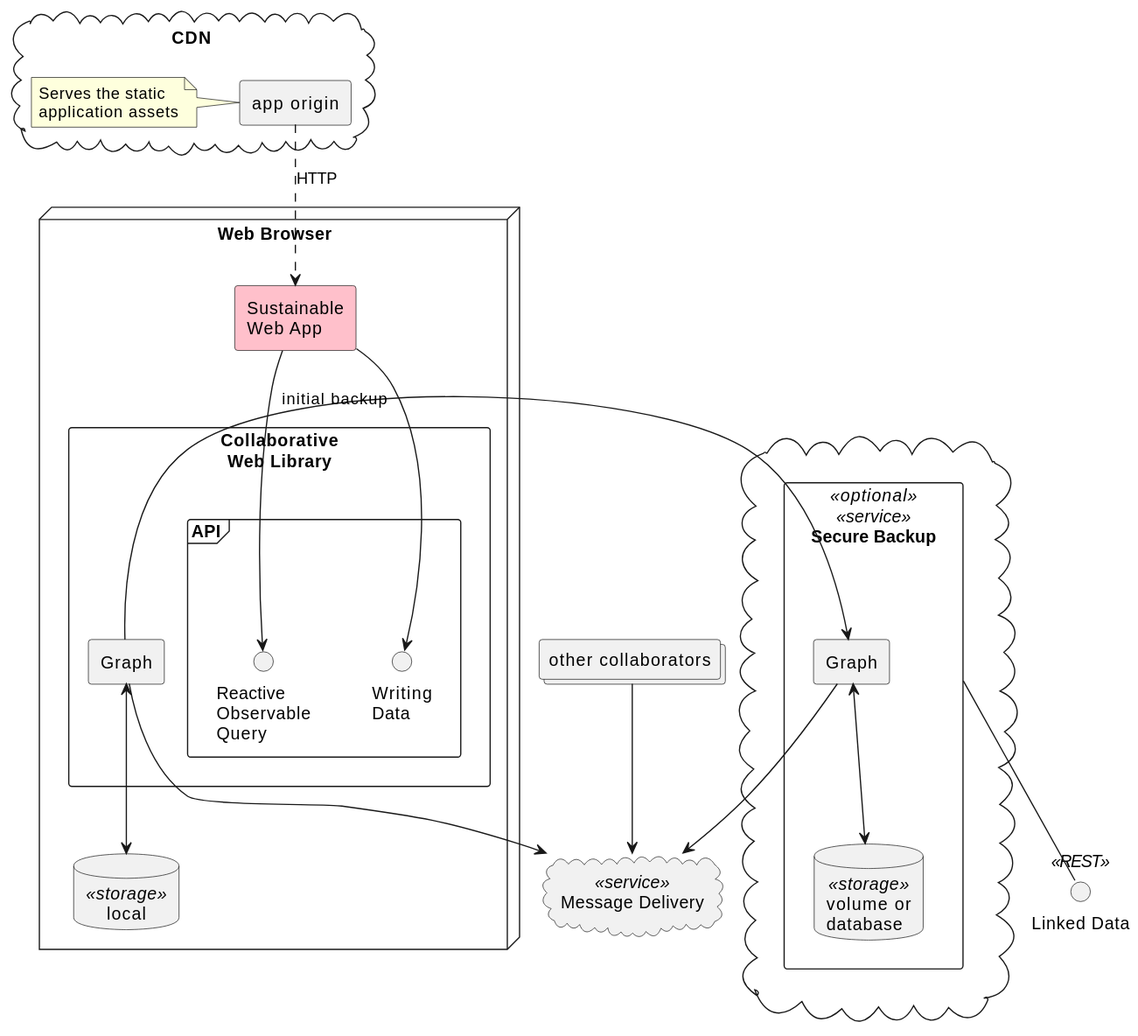
m-ld/sustainable-web-apps keeps this PlantUML diagram as spec/design/img/architecture.component.svg. Above is the earlier version.
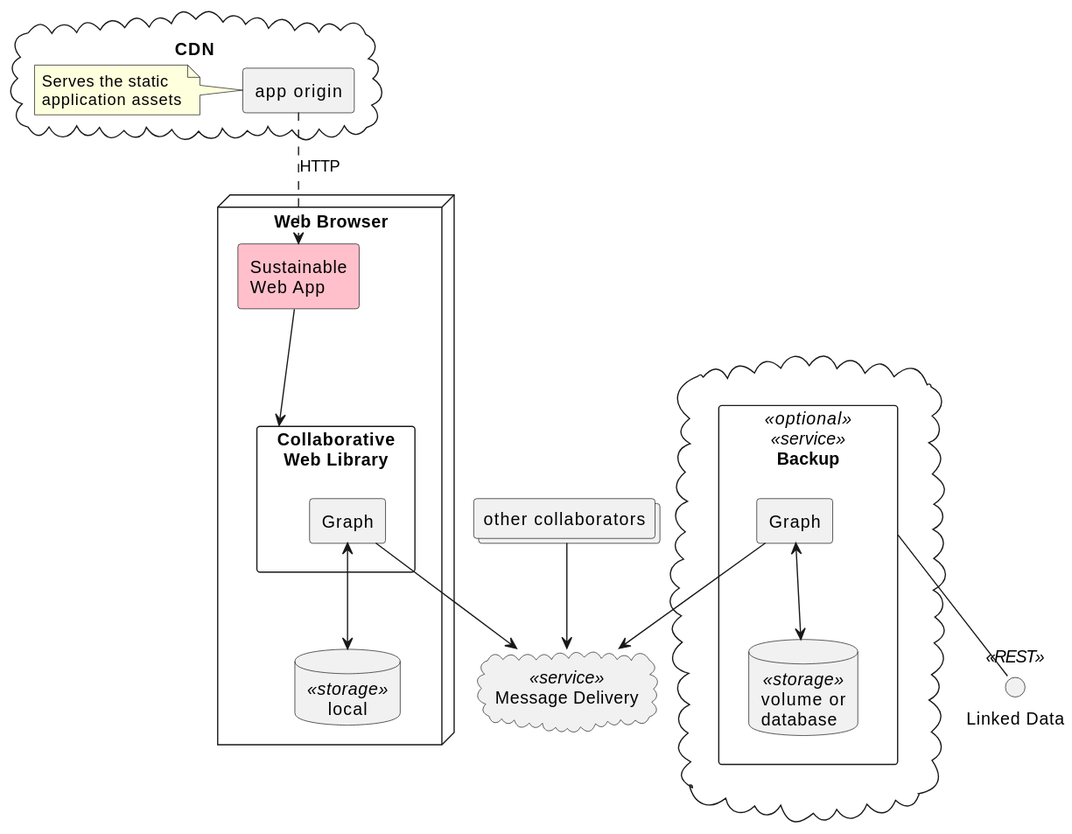
After the commit.

The edit, as a diff of the source:
```diff
@@ -5,18 +5,13 @@
   component "Sustainable\nWeb App" as app #pink
   component "Collaborative\nWeb Library" as cwl {
     [Graph]
-    frame API {
-      interface "Reactive\nObservable\nQuery" as query
-      interface "Writing\nData" as data
-    }
   }
 
   database local <<storage>>
 
   Graph <--> local
 
-  app --> query
-  app --> data
+  app --> cwl
 }
 
 cloud CDN {
@@ -32,7 +27,7 @@
 interface "Linked Data" as dapi <<REST>>
 
 cloud {
-  component "Secure Backup" as backup <<optional>> <<service>> {
+  component "Backup" as backup <<optional>> <<service>> {
     component "Graph" as gwGraph
     database "volume or\ndatabase" <<storage>> as gwDb
     gwGraph <--> gwDb
@@ -46,8 +41,6 @@
 gwGraph --> messaging
 others --> messaging
 
-Graph -> gwGraph : initial backup
-
 origin ..> app: HTTP
 
 @enduml
```
